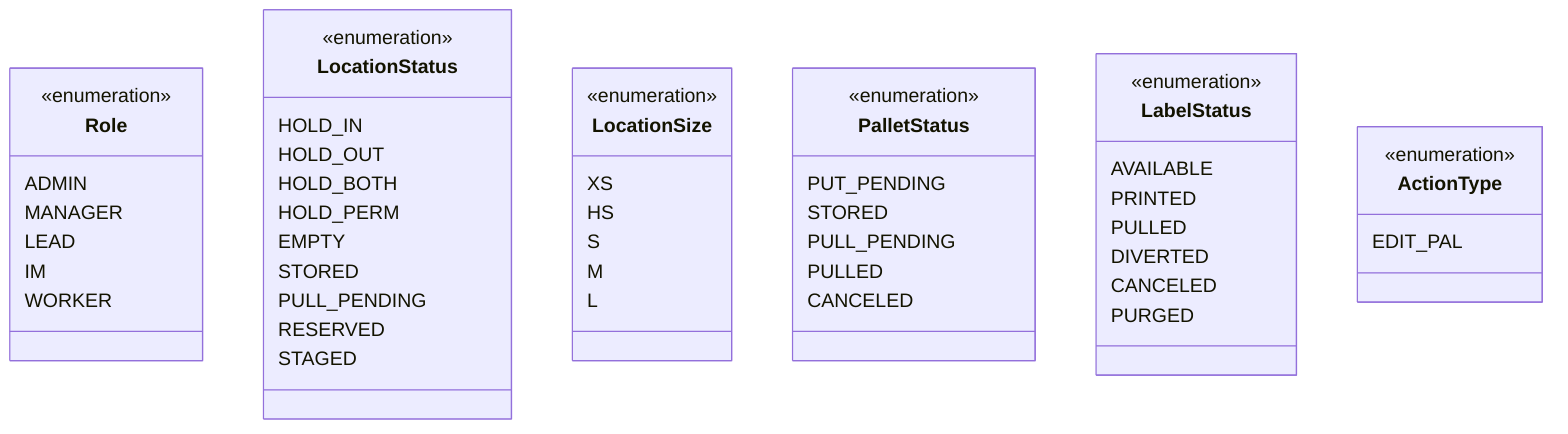
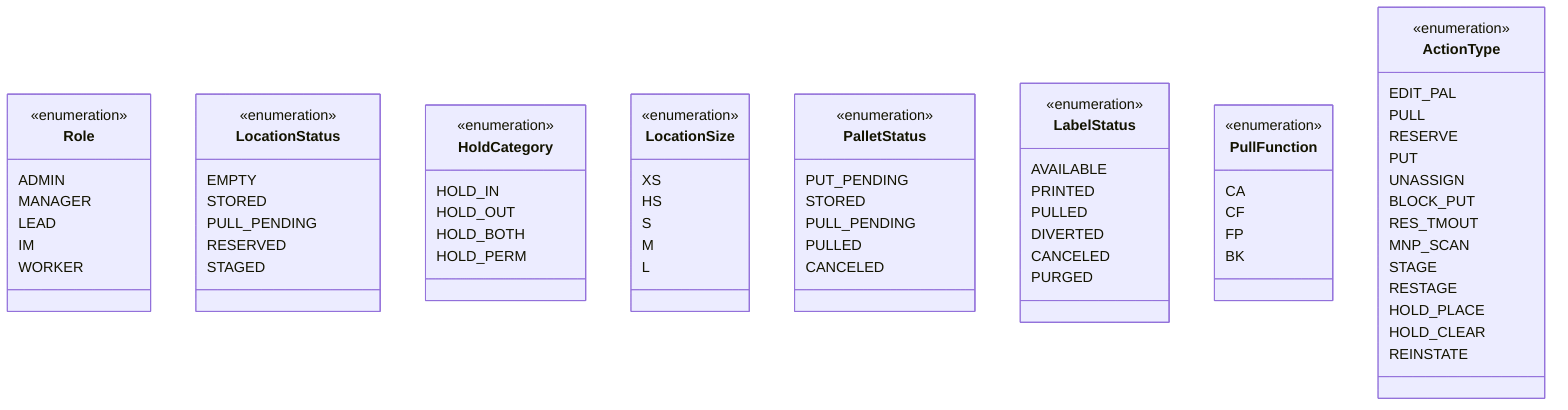
classDiagram

    %% ============================================================
    %% All enums for the warehouse management system
    %% NOTE: ActionType is intentionally empty — define and expand
    %% as features are built throughout the app.
    %% PalletStatus is open — expand as needed.
    %% ============================================================

    class Role {
        <<enumeration>>
        ADMIN
        MANAGER
        LEAD
        IM
        WORKER
    }

    class LocationStatus {
        <<enumeration>>
-         HOLD_IN
-         HOLD_OUT
-         HOLD_BOTH
-         HOLD_PERM
        EMPTY
        STORED
        PULL_PENDING
        RESERVED
        STAGED
+         %% HOLD_IN/HOLD_OUT/HOLD_BOTH/HOLD_PERM removed Phase 10 — hold state now lives
+         %% in Location.holdCategory, independent of status (see HoldCategory below).
+         %% Phase 6's blockPut briefly wrote HOLD_BOTH into status, which clobbered the
+         %% location's real operational state; fixed to use holdCategory instead.
+     }
+ 
+     class HoldCategory {
+         <<enumeration>>
+         HOLD_IN
+         HOLD_OUT
+         HOLD_BOTH
+         HOLD_PERM
+         %% Stored in Location.holdCategory (nullable), independent of LocationStatus —
+         %% added Phase 10. See DevNotes/Screen-Specs/WLH.md for place/remove role rules.
    }

    class LocationSize {
        <<enumeration>>
        XS
        HS
        S
        M
        L
    }

    class PalletStatus {
        <<enumeration>>
        PUT_PENDING
        STORED
        PULL_PENDING
        PULLED
        CANCELED
        %% Open — expand as app is built
    }

    class LabelStatus {
        <<enumeration>>
        AVAILABLE
        PRINTED
        PULLED
        DIVERTED
        CANCELED
        PURGED
        %% May expand as app is built
    }

+     class PullFunction {
+         <<enumeration>>
+         CA
+         CF
+         FP
+         BK
+         %% CA: Carton Air (XS-size or non-XS above level 1, non-emptying)
+         %% CF: Carton Floor (level 1, non-XS, non-emptying)
+         %% FP: Full Pallet (empties the location, non-XS)
+         %% BK: Bulk (level-00 locations — not implemented in demo)
+     }
+ 
    class ActionType {
        <<enumeration>>
        EDIT_PAL
-         %% Expand as features are built — max 10 chars (NVarChar(10))
+         PULL
+         RESERVE
+         PUT
+         UNASSIGN
+         BLOCK_PUT
+         RES_TMOUT
+         MNP_SCAN
+         STAGE
+         RESTAGE
+         HOLD_PLACE
+         HOLD_CLEAR
+         REINSTATE
+         %% Max 10 chars (NVarChar(10))
    }
